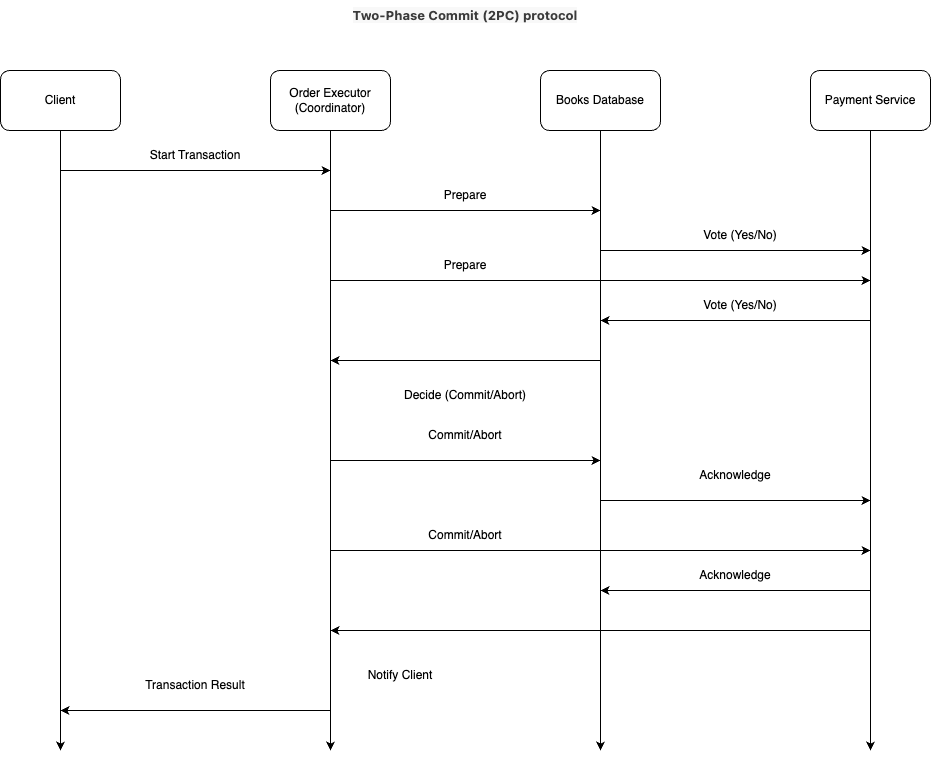
Before: docs/Distributed Commitment Protocol Diagram.png, a diagram exported from draw.io (thomasabrina/ds-practice-2024). Source tidied: cells renumbered, new cells last; positions are measured from the earlier drawing's top-left corner, leaving out a move shared by most shapes. Its diagram source:
```xml
<mxGraphModel>
  <root>
    <mxCell id="0" />
    <mxCell id="1" parent="0" />
    <mxCell id="2" value="Client" style="rounded=1;whiteSpace=wrap;html=1;" parent="1" vertex="1">
      <mxGeometry y="70" width="120" height="60" as="geometry" />
    </mxCell>
    <mxCell id="3" value="Order Executor&lt;div&gt;(Coordinator)&lt;br&gt;&lt;/div&gt;" style="rounded=1;whiteSpace=wrap;html=1;" parent="1" vertex="1">
      <mxGeometry x="270" y="70" width="120" height="60" as="geometry" />
    </mxCell>
    <mxCell id="4" value="Books Database" style="rounded=1;whiteSpace=wrap;html=1;" parent="1" vertex="1">
      <mxGeometry x="540" y="70" width="120" height="60" as="geometry" />
    </mxCell>
    <mxCell id="5" value="Payment Service" style="rounded=1;whiteSpace=wrap;html=1;" parent="1" vertex="1">
      <mxGeometry x="810" y="70" width="120" height="60" as="geometry" />
    </mxCell>
    <mxCell id="6" value="&lt;b&gt;&lt;span style=&quot;color: rgb(59, 59, 59); font-family: -apple-system, &amp;quot;system-ui&amp;quot;, sans-serif; font-size: 13px; text-align: start; background-color: rgb(248, 248, 248);&quot;&gt;T&lt;/span&gt;&lt;span style=&quot;color: rgb(59, 59, 59); font-family: -apple-system, &amp;quot;system-ui&amp;quot;, sans-serif; font-size: 13px; text-align: start; background-color: rgb(248, 248, 248);&quot;&gt;w&lt;/span&gt;&lt;span style=&quot;color: rgb(59, 59, 59); font-family: -apple-system, &amp;quot;system-ui&amp;quot;, sans-serif; font-size: 13px; text-align: start; background-color: rgb(248, 248, 248);&quot;&gt;o&lt;/span&gt;&lt;span style=&quot;color: rgb(59, 59, 59); font-family: -apple-system, &amp;quot;system-ui&amp;quot;, sans-serif; font-size: 13px; text-align: start; background-color: rgb(248, 248, 248);&quot;&gt;-P&lt;/span&gt;&lt;span style=&quot;color: rgb(59, 59, 59); font-family: -apple-system, &amp;quot;system-ui&amp;quot;, sans-serif; font-size: 13px; text-align: start; background-color: rgb(248, 248, 248);&quot;&gt;h&lt;/span&gt;&lt;span style=&quot;color: rgb(59, 59, 59); font-family: -apple-system, &amp;quot;system-ui&amp;quot;, sans-serif; font-size: 13px; text-align: start; background-color: rgb(248, 248, 248);&quot;&gt;a&lt;/span&gt;&lt;span style=&quot;color: rgb(59, 59, 59); font-family: -apple-system, &amp;quot;system-ui&amp;quot;, sans-serif; font-size: 13px; text-align: start; background-color: rgb(248, 248, 248);&quot;&gt;s&lt;/span&gt;&lt;span style=&quot;color: rgb(59, 59, 59); font-family: -apple-system, &amp;quot;system-ui&amp;quot;, sans-serif; font-size: 13px; text-align: start; background-color: rgb(248, 248, 248);&quot;&gt;e&lt;/span&gt;&lt;span style=&quot;color: rgb(59, 59, 59); font-family: -apple-system, &amp;quot;system-ui&amp;quot;, sans-serif; font-size: 13px; text-align: start; background-color: rgb(248, 248, 248);&quot;&gt;&amp;nbsp;C&lt;/span&gt;&lt;span style=&quot;color: rgb(59, 59, 59); font-family: -apple-system, &amp;quot;system-ui&amp;quot;, sans-serif; font-size: 13px; text-align: start; background-color: rgb(248, 248, 248);&quot;&gt;o&lt;/span&gt;&lt;span style=&quot;color: rgb(59, 59, 59); font-family: -apple-system, &amp;quot;system-ui&amp;quot;, sans-serif; font-size: 13px; text-align: start; background-color: rgb(248, 248, 248);&quot;&gt;m&lt;/span&gt;&lt;span style=&quot;color: rgb(59, 59, 59); font-family: -apple-system, &amp;quot;system-ui&amp;quot;, sans-serif; font-size: 13px; text-align: start; background-color: rgb(248, 248, 248);&quot;&gt;m&lt;/span&gt;&lt;span style=&quot;color: rgb(59, 59, 59); font-family: -apple-system, &amp;quot;system-ui&amp;quot;, sans-serif; font-size: 13px; text-align: start; background-color: rgb(248, 248, 248);&quot;&gt;i&lt;/span&gt;&lt;span style=&quot;color: rgb(59, 59, 59); font-family: -apple-system, &amp;quot;system-ui&amp;quot;, sans-serif; font-size: 13px; text-align: start; background-color: rgb(248, 248, 248);&quot;&gt;t&lt;/span&gt;&lt;span style=&quot;color: rgb(59, 59, 59); font-family: -apple-system, &amp;quot;system-ui&amp;quot;, sans-serif; font-size: 13px; text-align: start; background-color: rgb(248, 248, 248);&quot;&gt;&amp;nbsp;&lt;/span&gt;&lt;span style=&quot;color: rgb(59, 59, 59); font-family: -apple-system, &amp;quot;system-ui&amp;quot;, sans-serif; font-size: 13px; text-align: start; background-color: rgb(248, 248, 248);&quot;&gt;(&lt;/span&gt;&lt;span style=&quot;color: rgb(59, 59, 59); font-family: -apple-system, &amp;quot;system-ui&amp;quot;, sans-serif; font-size: 13px; text-align: start; background-color: rgb(248, 248, 248);&quot;&gt;2P&lt;/span&gt;&lt;span style=&quot;color: rgb(59, 59, 59); font-family: -apple-system, &amp;quot;system-ui&amp;quot;, sans-serif; font-size: 13px; text-align: start; background-color: rgb(248, 248, 248);&quot;&gt;C&lt;/span&gt;&lt;span style=&quot;color: rgb(59, 59, 59); font-family: -apple-system, &amp;quot;system-ui&amp;quot;, sans-serif; font-size: 13px; text-align: start; background-color: rgb(248, 248, 248);&quot;&gt;)&lt;/span&gt;&lt;span style=&quot;color: rgb(59, 59, 59); font-family: -apple-system, &amp;quot;system-ui&amp;quot;, sans-serif; font-size: 13px; text-align: start; background-color: rgb(248, 248, 248);&quot;&gt;&amp;nbsp;p&lt;/span&gt;&lt;span style=&quot;color: rgb(59, 59, 59); font-family: -apple-system, &amp;quot;system-ui&amp;quot;, sans-serif; font-size: 13px; text-align: start; background-color: rgb(248, 248, 248);&quot;&gt;r&lt;/span&gt;&lt;span style=&quot;color: rgb(59, 59, 59); font-family: -apple-system, &amp;quot;system-ui&amp;quot;, sans-serif; font-size: 13px; text-align: start; background-color: rgb(248, 248, 248);&quot;&gt;o&lt;/span&gt;&lt;span style=&quot;color: rgb(59, 59, 59); font-family: -apple-system, &amp;quot;system-ui&amp;quot;, sans-serif; font-size: 13px; text-align: start; background-color: rgb(248, 248, 248);&quot;&gt;t&lt;/span&gt;&lt;span style=&quot;color: rgb(59, 59, 59); font-family: -apple-system, &amp;quot;system-ui&amp;quot;, sans-serif; font-size: 13px; text-align: start; background-color: rgb(248, 248, 248);&quot;&gt;o&lt;/span&gt;&lt;span style=&quot;color: rgb(59, 59, 59); font-family: -apple-system, &amp;quot;system-ui&amp;quot;, sans-serif; font-size: 13px; text-align: start; background-color: rgb(248, 248, 248);&quot;&gt;c&lt;/span&gt;&lt;span style=&quot;color: rgb(59, 59, 59); font-family: -apple-system, &amp;quot;system-ui&amp;quot;, sans-serif; font-size: 13px; text-align: start; background-color: rgb(248, 248, 248);&quot;&gt;o&lt;/span&gt;&lt;span style=&quot;color: rgb(59, 59, 59); font-family: -apple-system, &amp;quot;system-ui&amp;quot;, sans-serif; font-size: 13px; text-align: start; background-color: rgb(248, 248, 248);&quot;&gt;l&lt;/span&gt;&lt;/b&gt;" style="text;html=1;align=center;verticalAlign=middle;whiteSpace=wrap;rounded=0;" parent="1" vertex="1">
      <mxGeometry width="930" height="30" as="geometry" />
    </mxCell>
    <mxCell id="7" style="endArrow=classic;html=1;rounded=0;exitX=0.5;exitY=1;exitDx=0;exitDy=0;" parent="1" edge="1" source="2">
      <mxGeometry relative="1" as="geometry">
        <mxPoint x="60" y="750" as="targetPoint" />
      </mxGeometry>
    </mxCell>
    <mxCell id="8" style="endArrow=classic;html=1;rounded=0;exitX=0.5;exitY=1;exitDx=0;exitDy=0;" parent="1" edge="1" source="3">
      <mxGeometry relative="1" as="geometry">
        <mxPoint x="330" y="750" as="targetPoint" />
      </mxGeometry>
    </mxCell>
    <mxCell id="9" style="endArrow=classic;html=1;rounded=0;exitX=0.5;exitY=1;exitDx=0;exitDy=0;" parent="1" edge="1" source="4">
      <mxGeometry relative="1" as="geometry">
        <mxPoint x="600" y="750" as="targetPoint" />
      </mxGeometry>
    </mxCell>
    <mxCell id="10" style="endArrow=classic;html=1;rounded=0;exitX=0.5;exitY=1;exitDx=0;exitDy=0;" parent="1" edge="1" source="5">
      <mxGeometry relative="1" as="geometry">
        <mxPoint x="870" y="750" as="targetPoint" />
      </mxGeometry>
    </mxCell>
    <mxCell id="11" style="endArrow=classic;html=1;rounded=0;" parent="1" edge="1">
      <mxGeometry relative="1" as="geometry">
        <mxPoint x="60" y="170" as="sourcePoint" />
        <mxPoint x="330" y="170" as="targetPoint" />
      </mxGeometry>
    </mxCell>
    <mxCell id="12" value="Start Transaction" style="text;html=1;align=center;verticalAlign=middle;whiteSpace=wrap;rounded=0;" parent="1" vertex="1">
      <mxGeometry x="110" y="140" width="170" height="30" as="geometry" />
    </mxCell>
    <mxCell id="13" style="endArrow=classic;html=1;rounded=0;" parent="1" edge="1">
      <mxGeometry relative="1" as="geometry">
        <mxPoint x="330" y="210" as="sourcePoint" />
        <mxPoint x="600" y="210" as="targetPoint" />
      </mxGeometry>
    </mxCell>
    <mxCell id="14" value="Prepare" style="text;html=1;align=center;verticalAlign=middle;whiteSpace=wrap;rounded=0;" parent="1" vertex="1">
      <mxGeometry x="435" y="180" width="60" height="30" as="geometry" />
    </mxCell>
    <mxCell id="15" style="endArrow=classic;html=1;rounded=0;" parent="1" edge="1">
      <mxGeometry relative="1" as="geometry">
        <mxPoint x="600" y="250" as="sourcePoint" />
        <mxPoint x="870" y="250" as="targetPoint" />
      </mxGeometry>
    </mxCell>
    <mxCell id="16" value="Vote (Yes/No)" style="text;html=1;align=center;verticalAlign=middle;whiteSpace=wrap;rounded=0;" parent="1" vertex="1">
      <mxGeometry x="670" y="220" width="140" height="30" as="geometry" />
    </mxCell>
    <mxCell id="17" style="endArrow=classic;html=1;rounded=0;" parent="1" edge="1">
      <mxGeometry relative="1" as="geometry">
        <mxPoint x="330" y="280" as="sourcePoint" />
        <mxPoint x="870" y="280" as="targetPoint" />
      </mxGeometry>
    </mxCell>
    <mxCell id="18" value="Prepare" style="text;html=1;align=center;verticalAlign=middle;whiteSpace=wrap;rounded=0;" parent="1" vertex="1">
      <mxGeometry x="435" y="250" width="60" height="30" as="geometry" />
    </mxCell>
    <mxCell id="19" style="endArrow=classic;html=1;rounded=0;" parent="1" edge="1">
      <mxGeometry relative="1" as="geometry">
        <mxPoint x="870" y="320" as="sourcePoint" />
        <mxPoint x="600" y="320" as="targetPoint" />
      </mxGeometry>
    </mxCell>
    <mxCell id="20" value="Vote (Yes/No)" style="text;html=1;align=center;verticalAlign=middle;whiteSpace=wrap;rounded=0;" parent="1" vertex="1">
      <mxGeometry x="680" y="290" width="120" height="30" as="geometry" />
    </mxCell>
    <mxCell id="21" style="endArrow=classic;html=1;rounded=0;" parent="1" edge="1">
      <mxGeometry relative="1" as="geometry">
        <mxPoint x="600" y="360" as="sourcePoint" />
        <mxPoint x="330" y="360" as="targetPoint" />
      </mxGeometry>
    </mxCell>
    <mxCell id="22" value="Decide (Commit/Abort)" style="text;html=1;align=center;verticalAlign=middle;whiteSpace=wrap;rounded=0;" parent="1" vertex="1">
      <mxGeometry x="380" y="380" width="170" height="30" as="geometry" />
    </mxCell>
    <mxCell id="23" style="endArrow=classic;html=1;rounded=0;" parent="1" edge="1">
      <mxGeometry relative="1" as="geometry">
        <mxPoint x="330" y="460" as="sourcePoint" />
        <mxPoint x="600" y="460" as="targetPoint" />
      </mxGeometry>
    </mxCell>
    <mxCell id="24" value="Commit/Abort" style="text;html=1;align=center;verticalAlign=middle;whiteSpace=wrap;rounded=0;" parent="1" vertex="1">
      <mxGeometry x="410" y="420" width="110" height="30" as="geometry" />
    </mxCell>
    <mxCell id="25" style="endArrow=classic;html=1;rounded=0;" parent="1" edge="1">
      <mxGeometry relative="1" as="geometry">
        <mxPoint x="600" y="500" as="sourcePoint" />
        <mxPoint x="870" y="500" as="targetPoint" />
      </mxGeometry>
    </mxCell>
    <mxCell id="26" value="Acknowledge" style="text;html=1;align=center;verticalAlign=middle;whiteSpace=wrap;rounded=0;" parent="1" vertex="1">
      <mxGeometry x="680" y="460" width="110" height="30" as="geometry" />
    </mxCell>
    <mxCell id="27" style="endArrow=classic;html=1;rounded=0;" parent="1" edge="1">
      <mxGeometry relative="1" as="geometry">
        <mxPoint x="330" y="550" as="sourcePoint" />
        <mxPoint x="870" y="550" as="targetPoint" />
      </mxGeometry>
    </mxCell>
    <mxCell id="28" value="Commit/Abort" style="text;html=1;align=center;verticalAlign=middle;whiteSpace=wrap;rounded=0;" parent="1" vertex="1">
      <mxGeometry x="410" y="520" width="110" height="30" as="geometry" />
    </mxCell>
    <mxCell id="29" style="endArrow=classic;html=1;rounded=0;" parent="1" edge="1">
      <mxGeometry relative="1" as="geometry">
        <mxPoint x="870" y="590" as="sourcePoint" />
        <mxPoint x="600" y="590" as="targetPoint" />
      </mxGeometry>
    </mxCell>
    <mxCell id="30" value="Acknowledge" style="text;html=1;align=center;verticalAlign=middle;whiteSpace=wrap;rounded=0;" parent="1" vertex="1">
      <mxGeometry x="680" y="560" width="110" height="30" as="geometry" />
    </mxCell>
    <mxCell id="31" style="endArrow=classic;html=1;rounded=0;" parent="1" edge="1">
      <mxGeometry relative="1" as="geometry">
        <mxPoint x="870" y="630" as="sourcePoint" />
        <mxPoint x="330" y="630" as="targetPoint" />
      </mxGeometry>
    </mxCell>
    <mxCell id="32" value="Notify Client" style="text;html=1;align=center;verticalAlign=middle;whiteSpace=wrap;rounded=0;" parent="1" vertex="1">
      <mxGeometry x="330" y="660" width="140" height="30" as="geometry" />
    </mxCell>
    <mxCell id="33" style="endArrow=classic;html=1;rounded=0;" parent="1" edge="1">
      <mxGeometry relative="1" as="geometry">
        <mxPoint x="330" y="710" as="sourcePoint" />
        <mxPoint x="60" y="710" as="targetPoint" />
      </mxGeometry>
    </mxCell>
    <mxCell id="34" value="Transaction Result" style="text;html=1;align=center;verticalAlign=middle;whiteSpace=wrap;rounded=0;" parent="1" vertex="1">
      <mxGeometry x="95" y="670" width="200" height="30" as="geometry" />
    </mxCell>
  </root>
</mxGraphModel>
```
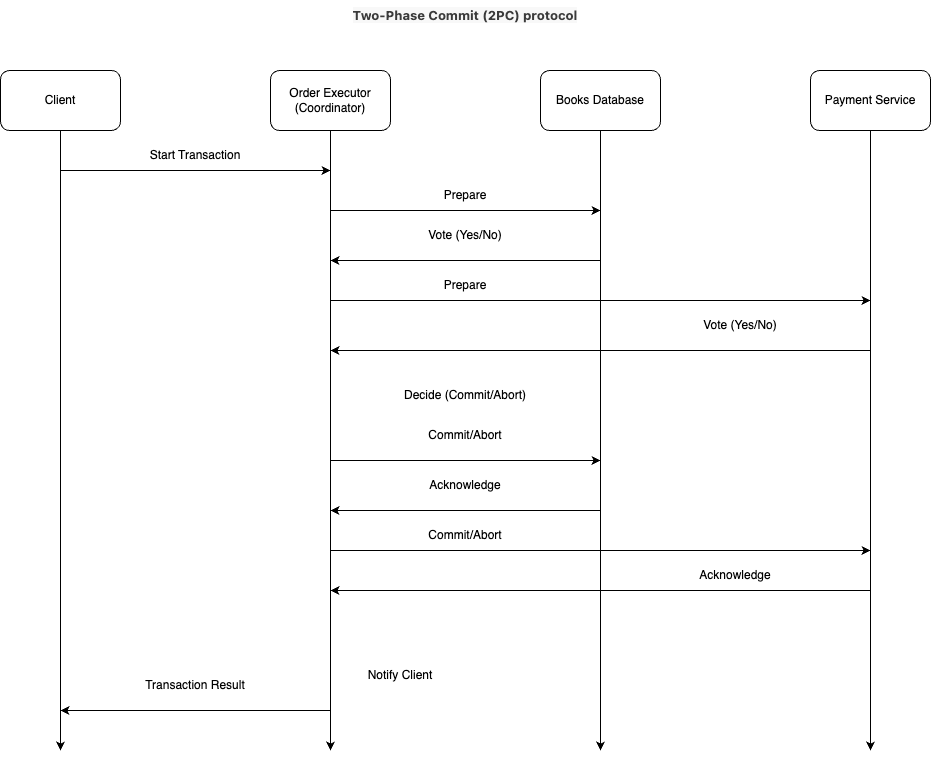
The same diagram one commit later.

The edit, as a diff of the source:
```diff
@@ -55,39 +55,27 @@
     <mxCell id="14" value="Prepare" style="text;html=1;align=center;verticalAlign=middle;whiteSpace=wrap;rounded=0;" parent="1" vertex="1">
       <mxGeometry x="435" y="180" width="60" height="30" as="geometry" />
     </mxCell>
-    <mxCell id="15" style="endArrow=classic;html=1;rounded=0;" parent="1" edge="1">
-      <mxGeometry relative="1" as="geometry">
-        <mxPoint x="600" y="250" as="sourcePoint" />
-        <mxPoint x="870" y="250" as="targetPoint" />
-      </mxGeometry>
-    </mxCell>
     <mxCell id="16" value="Vote (Yes/No)" style="text;html=1;align=center;verticalAlign=middle;whiteSpace=wrap;rounded=0;" parent="1" vertex="1">
-      <mxGeometry x="670" y="220" width="140" height="30" as="geometry" />
+      <mxGeometry x="395" y="220" width="140" height="30" as="geometry" />
     </mxCell>
     <mxCell id="17" style="endArrow=classic;html=1;rounded=0;" parent="1" edge="1">
       <mxGeometry relative="1" as="geometry">
-        <mxPoint x="330" y="280" as="sourcePoint" />
-        <mxPoint x="870" y="280" as="targetPoint" />
+        <mxPoint x="330" y="300" as="sourcePoint" />
+        <mxPoint x="870" y="300" as="targetPoint" />
       </mxGeometry>
     </mxCell>
     <mxCell id="18" value="Prepare" style="text;html=1;align=center;verticalAlign=middle;whiteSpace=wrap;rounded=0;" parent="1" vertex="1">
-      <mxGeometry x="435" y="250" width="60" height="30" as="geometry" />
+      <mxGeometry x="435" y="270" width="60" height="30" as="geometry" />
     </mxCell>
     <mxCell id="19" style="endArrow=classic;html=1;rounded=0;" parent="1" edge="1">
       <mxGeometry relative="1" as="geometry">
-        <mxPoint x="870" y="320" as="sourcePoint" />
-        <mxPoint x="600" y="320" as="targetPoint" />
+        <mxPoint x="870" y="350" as="sourcePoint" />
+        <mxPoint x="330" y="350" as="targetPoint" />
       </mxGeometry>
     </mxCell>
     <mxCell id="20" value="Vote (Yes/No)" style="text;html=1;align=center;verticalAlign=middle;whiteSpace=wrap;rounded=0;" parent="1" vertex="1">
-      <mxGeometry x="680" y="290" width="120" height="30" as="geometry" />
+      <mxGeometry x="680" y="310" width="120" height="30" as="geometry" />
     </mxCell>
-    <mxCell id="21" style="endArrow=classic;html=1;rounded=0;" parent="1" edge="1">
-      <mxGeometry relative="1" as="geometry">
-        <mxPoint x="600" y="360" as="sourcePoint" />
-        <mxPoint x="330" y="360" as="targetPoint" />
-      </mxGeometry>
-    </mxCell>
     <mxCell id="22" value="Decide (Commit/Abort)" style="text;html=1;align=center;verticalAlign=middle;whiteSpace=wrap;rounded=0;" parent="1" vertex="1">
       <mxGeometry x="380" y="380" width="170" height="30" as="geometry" />
     </mxCell>
@@ -100,14 +88,8 @@
     <mxCell id="24" value="Commit/Abort" style="text;html=1;align=center;verticalAlign=middle;whiteSpace=wrap;rounded=0;" parent="1" vertex="1">
       <mxGeometry x="410" y="420" width="110" height="30" as="geometry" />
     </mxCell>
-    <mxCell id="25" style="endArrow=classic;html=1;rounded=0;" parent="1" edge="1">
-      <mxGeometry relative="1" as="geometry">
-        <mxPoint x="600" y="500" as="sourcePoint" />
-        <mxPoint x="870" y="500" as="targetPoint" />
-      </mxGeometry>
-    </mxCell>
     <mxCell id="26" value="Acknowledge" style="text;html=1;align=center;verticalAlign=middle;whiteSpace=wrap;rounded=0;" parent="1" vertex="1">
-      <mxGeometry x="680" y="460" width="110" height="30" as="geometry" />
+      <mxGeometry x="410" y="470" width="110" height="30" as="geometry" />
     </mxCell>
     <mxCell id="27" style="endArrow=classic;html=1;rounded=0;" parent="1" edge="1">
       <mxGeometry relative="1" as="geometry">
@@ -121,18 +103,12 @@
     <mxCell id="29" style="endArrow=classic;html=1;rounded=0;" parent="1" edge="1">
       <mxGeometry relative="1" as="geometry">
         <mxPoint x="870" y="590" as="sourcePoint" />
-        <mxPoint x="600" y="590" as="targetPoint" />
+        <mxPoint x="330" y="590" as="targetPoint" />
       </mxGeometry>
     </mxCell>
     <mxCell id="30" value="Acknowledge" style="text;html=1;align=center;verticalAlign=middle;whiteSpace=wrap;rounded=0;" parent="1" vertex="1">
       <mxGeometry x="680" y="560" width="110" height="30" as="geometry" />
     </mxCell>
-    <mxCell id="31" style="endArrow=classic;html=1;rounded=0;" parent="1" edge="1">
-      <mxGeometry relative="1" as="geometry">
-        <mxPoint x="870" y="630" as="sourcePoint" />
-        <mxPoint x="330" y="630" as="targetPoint" />
-      </mxGeometry>
-    </mxCell>
     <mxCell id="32" value="Notify Client" style="text;html=1;align=center;verticalAlign=middle;whiteSpace=wrap;rounded=0;" parent="1" vertex="1">
       <mxGeometry x="330" y="660" width="140" height="30" as="geometry" />
     </mxCell>
@@ -145,5 +121,17 @@
     <mxCell id="34" value="Transaction Result" style="text;html=1;align=center;verticalAlign=middle;whiteSpace=wrap;rounded=0;" parent="1" vertex="1">
       <mxGeometry x="95" y="670" width="200" height="30" as="geometry" />
     </mxCell>
+    <mxCell id="35" style="endArrow=classic;html=1;rounded=0;" parent="1" edge="1">
+      <mxGeometry relative="1" as="geometry">
+        <mxPoint x="600" y="510" as="sourcePoint" />
+        <mxPoint x="330" y="510" as="targetPoint" />
+      </mxGeometry>
+    </mxCell>
+    <mxCell id="36" style="endArrow=classic;html=1;rounded=0;" parent="1" edge="1">
+      <mxGeometry relative="1" as="geometry">
+        <mxPoint x="600" y="260" as="sourcePoint" />
+        <mxPoint x="330" y="260" as="targetPoint" />
+      </mxGeometry>
+    </mxCell>
   </root>
 </mxGraphModel>
```
